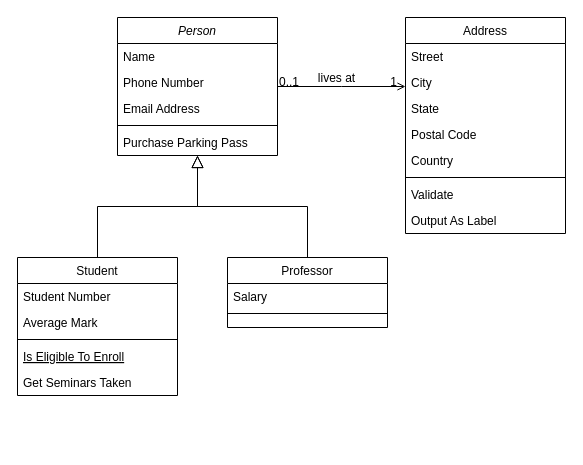
Before: Diagrama sem nome.drawio in azielmelo/ArsMagicaInterface, a draw.io diagram. Source tidied: cells renumbered, new cells numbered last; positions are measured from the earlier drawing's top-left corner, leaving out a move shared by most shapes. Both pictures are drawn from the tidied source at 100%, with x=0, y=0 at pixel (17, 17).
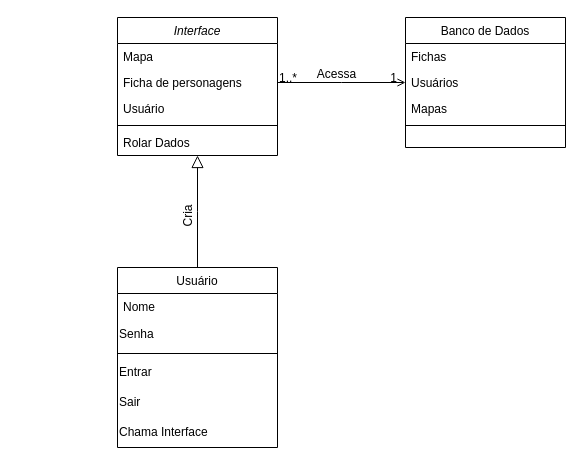
The same page after the edit.

The change refers to these unchanged cells:
```xml
<mxCell id="28" style="endArrow=open;shadow=0;strokeWidth=1;rounded=0;endFill=1;edgeStyle=elbowEdgeStyle;elbow=vertical;" parent="1" edge="1" source="2" target="19">
  <mxGeometry x="0.5" y="41" relative="1" as="geometry">
    <mxPoint x="-40" y="32" as="offset" />
  </mxGeometry>
</mxCell>
```

What changed in the source:
```diff
@@
-    <mxCell id="2" value="Person" style="swimlane;fontStyle=2;align=center;verticalAlign=top;horizontal=1;startSize=26;rounded=0;shadow=0;strokeWidth=1;" parent="1" vertex="1">
+    <mxCell id="2" value="Interface" style="swimlane;fontStyle=2;align=center;verticalAlign=top;horizontal=1;startSize=26;rounded=0;shadow=0;strokeWidth=1;" parent="1" vertex="1">
       <mxGeometry x="100" width="160" height="138" as="geometry" />
     </mxCell>
-    <mxCell id="3" value="Name" style="text;align=left;verticalAlign=top;spacingLeft=4;spacingRight=4;overflow=hidden;" parent="2" vertex="1">
+    <mxCell id="3" value="Mapa" style="text;align=left;verticalAlign=top;spacingLeft=4;spacingRight=4;overflow=hidden;" parent="2" vertex="1">
       <mxGeometry y="26" width="160" height="26" as="geometry" />
     </mxCell>
-    <mxCell id="4" value="Phone Number" style="text;align=left;verticalAlign=top;spacingLeft=4;spacingRight=4;overflow=hidden;rounded=0;shadow=0;html=0;" parent="2" vertex="1">
+    <mxCell id="4" value="Ficha de personagens" style="text;align=left;verticalAlign=top;spacingLeft=4;spacingRight=4;overflow=hidden;rounded=0;shadow=0;html=0;" parent="2" vertex="1">
       <mxGeometry y="52" width="160" height="26" as="geometry" />
     </mxCell>
-    <mxCell id="5" value="Email Address" style="text;align=left;verticalAlign=top;spacingLeft=4;spacingRight=4;overflow=hidden;rounded=0;shadow=0;html=0;" parent="2" vertex="1">
+    <mxCell id="5" value="Usuário" style="text;align=left;verticalAlign=top;spacingLeft=4;spacingRight=4;overflow=hidden;rounded=0;shadow=0;html=0;" parent="2" vertex="1">
       <mxGeometry y="78" width="160" height="26" as="geometry" />
     </mxCell>
@@
-    <mxCell id="7" value="Purchase Parking Pass" style="text;align=left;verticalAlign=top;spacingLeft=4;spacingRight=4;overflow=hidden;" parent="2" vertex="1">
+    <mxCell id="7" value="Rolar Dados" style="text;align=left;verticalAlign=top;spacingLeft=4;spacingRight=4;overflow=hidden;" parent="2" vertex="1">
       <mxGeometry y="112" width="160" height="26" as="geometry" />
     </mxCell>
-    <mxCell id="8" value="Student" style="swimlane;fontStyle=0;align=center;verticalAlign=top;horizontal=1;startSize=26;rounded=0;shadow=0;strokeWidth=1;" parent="1" vertex="1">
-      <mxGeometry y="240" width="160" height="138" as="geometry" />
-    </mxCell>
-    <mxCell id="9" value="Student Number" style="text;align=left;verticalAlign=top;spacingLeft=4;spacingRight=4;overflow=hidden;" parent="8" vertex="1">
-      <mxGeometry y="26" width="160" height="26" as="geometry" />
-    </mxCell>
-    <mxCell id="10" value="Average Mark" style="text;align=left;verticalAlign=top;spacingLeft=4;spacingRight=4;overflow=hidden;rounded=0;shadow=0;html=0;" parent="8" vertex="1">
-      <mxGeometry y="52" width="160" height="26" as="geometry" />
-    </mxCell>
-    <mxCell id="11" style="line;html=1;strokeWidth=1;align=left;verticalAlign=middle;spacingTop=-1;spacingLeft=3;spacingRight=3;labelPosition=right;" parent="8" vertex="1">
-      <mxGeometry y="78" width="160" height="8" as="geometry" />
-    </mxCell>
-    <mxCell id="12" value="Is Eligible To Enroll" style="text;align=left;verticalAlign=top;spacingLeft=4;spacingRight=4;overflow=hidden;fontStyle=4;" parent="8" vertex="1">
-      <mxGeometry y="86" width="160" height="26" as="geometry" />
-    </mxCell>
-    <mxCell id="13" value="Get Seminars Taken" style="text;align=left;verticalAlign=top;spacingLeft=4;spacingRight=4;overflow=hidden;" parent="8" vertex="1">
-      <mxGeometry y="112" width="160" height="26" as="geometry" />
-    </mxCell>
-    <mxCell id="14" style="endArrow=block;endSize=10;endFill=0;shadow=0;strokeWidth=1;rounded=0;edgeStyle=elbowEdgeStyle;elbow=vertical;" parent="1" edge="1" source="8" target="2">
-      <mxGeometry relative="1" as="geometry" />
-    </mxCell>
-    <mxCell id="15" value="Professor" style="swimlane;fontStyle=0;align=center;verticalAlign=top;horizontal=1;startSize=26;rounded=0;shadow=0;strokeWidth=1;" parent="1" vertex="1">
-      <mxGeometry x="210" y="240" width="160" height="70" as="geometry" />
+    <mxCell id="15" value="Usuário" style="swimlane;fontStyle=0;align=center;verticalAlign=top;horizontal=1;startSize=26;rounded=0;shadow=0;strokeWidth=1;" parent="1" vertex="1">
+      <mxGeometry x="100" y="250" width="160" height="180" as="geometry" />
     </mxCell>
-    <mxCell id="16" value="Salary" style="text;align=left;verticalAlign=top;spacingLeft=4;spacingRight=4;overflow=hidden;" parent="15" vertex="1">
+    <mxCell id="16" value="Nome" style="text;align=left;verticalAlign=top;spacingLeft=4;spacingRight=4;overflow=hidden;" parent="15" vertex="1">
       <mxGeometry y="26" width="160" height="26" as="geometry" />
     </mxCell>
+    <mxCell id="32" value="Senha" style="text;strokeColor=none;align=left;fillColor=none;html=1;verticalAlign=middle;whiteSpace=wrap;rounded=0;" parent="15" vertex="1">
+      <mxGeometry y="52" width="160" height="30" as="geometry" />
+    </mxCell>
     <mxCell id="17" style="line;html=1;strokeWidth=1;align=left;verticalAlign=middle;spacingTop=-1;spacingLeft=3;spacingRight=3;labelPosition=right;" parent="15" vertex="1">
-      <mxGeometry y="52" width="160" height="8" as="geometry" />
+      <mxGeometry y="82" width="160" height="8" as="geometry" />
     </mxCell>
+    <mxCell id="33" value="Entrar" style="text;strokeColor=none;align=left;fillColor=none;html=1;verticalAlign=middle;whiteSpace=wrap;rounded=0;" parent="15" vertex="1">
+      <mxGeometry y="90" width="160" height="30" as="geometry" />
+    </mxCell>
+    <mxCell id="34" value="Sair" style="text;strokeColor=none;align=left;fillColor=none;html=1;verticalAlign=middle;whiteSpace=wrap;rounded=0;" parent="15" vertex="1">
+      <mxGeometry y="120" width="160" height="30" as="geometry" />
+    </mxCell>
+    <mxCell id="35" value="Chama Interface" style="text;strokeColor=none;align=left;fillColor=none;html=1;verticalAlign=middle;whiteSpace=wrap;rounded=0;" parent="15" vertex="1">
+      <mxGeometry y="150" width="160" height="30" as="geometry" />
+    </mxCell>
@@
-    <mxCell id="19" value="Address" style="swimlane;fontStyle=0;align=center;verticalAlign=top;horizontal=1;startSize=26;rounded=0;shadow=0;strokeWidth=1;" parent="1" vertex="1">
-      <mxGeometry x="388" width="160" height="216" as="geometry" />
+    <mxCell id="19" value="Banco de Dados" style="swimlane;fontStyle=0;align=center;verticalAlign=top;horizontal=1;startSize=26;rounded=0;shadow=0;strokeWidth=1;" parent="1" vertex="1">
+      <mxGeometry x="388" width="160" height="130" as="geometry" />
     </mxCell>
-    <mxCell id="20" value="Street" style="text;align=left;verticalAlign=top;spacingLeft=4;spacingRight=4;overflow=hidden;" parent="19" vertex="1">
-      <mxGeometry y="26" width="160" height="26" as="geometry" />
-    </mxCell>
-    <mxCell id="21" value="City" style="text;align=left;verticalAlign=top;spacingLeft=4;spacingRight=4;overflow=hidden;rounded=0;shadow=0;html=0;" parent="19" vertex="1">
-      <mxGeometry y="52" width="160" height="26" as="geometry" />
+    <mxCell id="21" value="Fichas" style="text;align=left;verticalAlign=top;spacingLeft=4;spacingRight=4;overflow=hidden;rounded=0;shadow=0;html=0;" parent="19" vertex="1">
+      <mxGeometry y="26" width="160" height="26" as="geometry" />
     </mxCell>
-    <mxCell id="22" value="State" style="text;align=left;verticalAlign=top;spacingLeft=4;spacingRight=4;overflow=hidden;rounded=0;shadow=0;html=0;" parent="19" vertex="1">
-      <mxGeometry y="78" width="160" height="26" as="geometry" />
+    <mxCell id="22" value="Usuários" style="text;align=left;verticalAlign=top;spacingLeft=4;spacingRight=4;overflow=hidden;rounded=0;shadow=0;html=0;" parent="19" vertex="1">
+      <mxGeometry y="52" width="160" height="26" as="geometry" />
     </mxCell>
-    <mxCell id="23" value="Postal Code" style="text;align=left;verticalAlign=top;spacingLeft=4;spacingRight=4;overflow=hidden;rounded=0;shadow=0;html=0;" parent="19" vertex="1">
-      <mxGeometry y="104" width="160" height="26" as="geometry" />
+    <mxCell id="23" value="Mapas" style="text;align=left;verticalAlign=top;spacingLeft=4;spacingRight=4;overflow=hidden;rounded=0;shadow=0;html=0;" parent="19" vertex="1">
+      <mxGeometry y="78" width="160" height="26" as="geometry" />
     </mxCell>
-    <mxCell id="24" value="Country" style="text;align=left;verticalAlign=top;spacingLeft=4;spacingRight=4;overflow=hidden;rounded=0;shadow=0;html=0;" parent="19" vertex="1">
-      <mxGeometry y="130" width="160" height="26" as="geometry" />
-    </mxCell>
     <mxCell id="25" style="line;html=1;strokeWidth=1;align=left;verticalAlign=middle;spacingTop=-1;spacingLeft=3;spacingRight=3;labelPosition=right;" parent="19" vertex="1">
-      <mxGeometry y="156" width="160" height="8" as="geometry" />
+      <mxGeometry y="104" width="160" height="8" as="geometry" />
     </mxCell>
-    <mxCell id="26" value="Validate" style="text;align=left;verticalAlign=top;spacingLeft=4;spacingRight=4;overflow=hidden;" parent="19" vertex="1">
-      <mxGeometry y="164" width="160" height="26" as="geometry" />
-    </mxCell>
-    <mxCell id="27" value="Output As Label" style="text;align=left;verticalAlign=top;spacingLeft=4;spacingRight=4;overflow=hidden;" parent="19" vertex="1">
-      <mxGeometry y="190" width="160" height="26" as="geometry" />
-    </mxCell>
@@
-    <mxCell id="29" value="0..1" style="align=left;verticalAlign=bottom;labelBackgroundColor=none;fontSize=12;" parent="28" vertex="1">
+    <mxCell id="29" value="1..*" style="align=left;verticalAlign=bottom;labelBackgroundColor=none;fontSize=12;" parent="28" vertex="1">
       <mxGeometry x="-1" relative="1" as="geometry">
         <mxPoint y="4" as="offset" />
       </mxGeometry>
     </mxCell>
@@
-    <mxCell id="31" value="lives at" style="text;html=1;align=center;verticalAlign=middle;labelBackgroundColor=none;rounded=0;shadow=0;strokeWidth=1;fontSize=12;" parent="28" vertex="1">
+    <mxCell id="31" value="Acessa" style="text;html=1;align=center;verticalAlign=middle;labelBackgroundColor=none;rounded=0;shadow=0;strokeWidth=1;fontSize=12;" parent="28" vertex="1">
       <mxGeometry x="0.5" y="49" relative="1" as="geometry">
         <mxPoint x="-38" y="40" as="offset" />
       </mxGeometry>
     </mxCell>
+    <mxCell id="36" value="Cria" style="text;html=1;align=center;verticalAlign=middle;labelBackgroundColor=none;rounded=0;shadow=0;strokeWidth=1;fontSize=12;rotation=-90;" parent="1" vertex="1">
+      <mxGeometry x="170" y="200" as="geometry" />
+    </mxCell>
```
